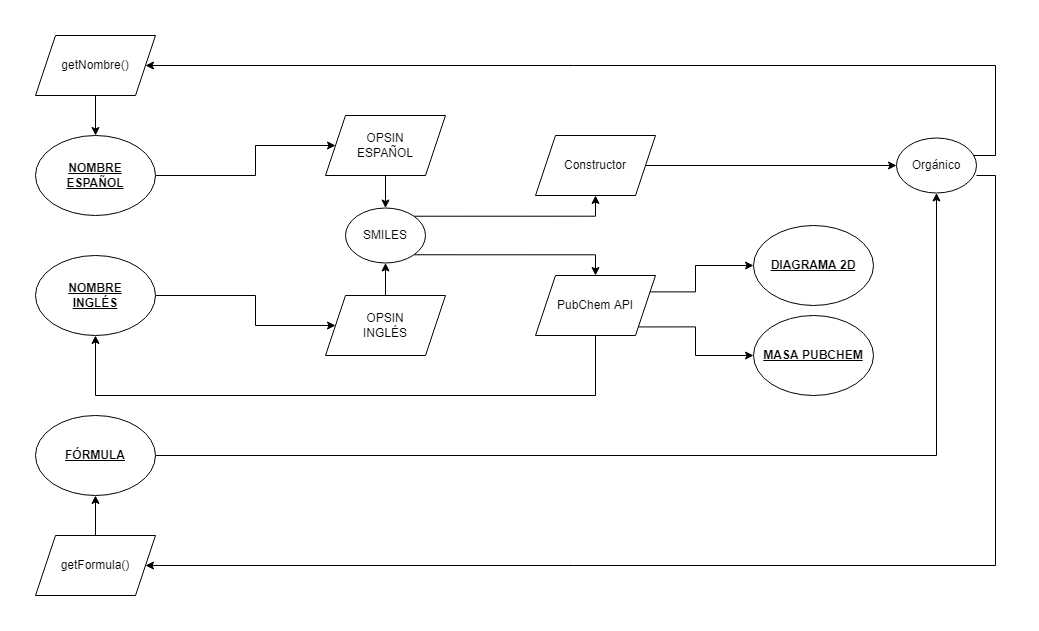
This is doc/organica.png from quimifyapp/organic, a draw.io export, as it was before one commit. Source tidied: cells renumbered, new cells last; positions are measured from the earlier drawing's top-left corner, leaving out a move shared by most shapes.
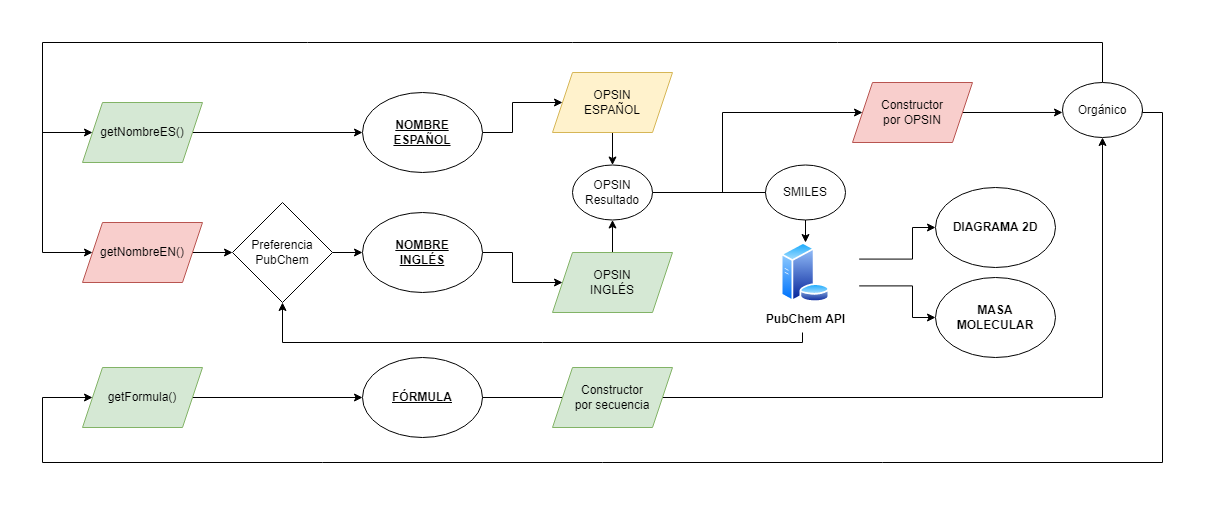
After the commit.

Commit message:
Nombres en inglés con PubChem: mucha fiabilidad, pero funciona con el 50% aprox. de los compuestos

What changed in the source:
```diff
@@ -5,126 +5,166 @@
     <mxCell id="2" style="edgeStyle=orthogonalEdgeStyle;rounded=0;jettySize=auto;html=1;exitX=1;exitY=0.5;exitDx=0;exitDy=0;entryX=0;entryY=0.5;entryDx=0;entryDy=0;" parent="1" edge="1" source="3" target="9">
       <mxGeometry relative="1" as="geometry">
         <Array as="points">
-          <mxPoint x="220" y="140" />
-          <mxPoint x="220" y="110" />
+          <mxPoint x="250" y="-40" />
+          <mxPoint x="250" y="-70" />
         </Array>
       </mxGeometry>
     </mxCell>
     <mxCell id="3" value="NOMBRE&lt;br&gt;ESPAÑOL" style="ellipse;whiteSpace=wrap;html=1;fontStyle=5;" parent="1" vertex="1">
-      <mxGeometry y="100" width="120" height="80" as="geometry" />
+      <mxGeometry x="100" y="-80" width="120" height="80" as="geometry" />
     </mxCell>
     <mxCell id="4" style="edgeStyle=orthogonalEdgeStyle;rounded=0;jettySize=auto;html=1;exitX=1;exitY=0.5;exitDx=0;exitDy=0;entryX=0;entryY=0.5;entryDx=0;entryDy=0;" parent="1" edge="1" source="5" target="29">
       <mxGeometry relative="1" as="geometry">
         <Array as="points">
-          <mxPoint x="220" y="260" />
-          <mxPoint x="220" y="290" />
+          <mxPoint x="250" y="80" />
+          <mxPoint x="250" y="110" />
         </Array>
       </mxGeometry>
     </mxCell>
     <mxCell id="5" value="NOMBRE&lt;br&gt;INGLÉS" style="ellipse;whiteSpace=wrap;html=1;fontStyle=5;" parent="1" vertex="1">
-      <mxGeometry y="220" width="120" height="80" as="geometry" />
+      <mxGeometry x="100" y="40" width="120" height="80" as="geometry" />
     </mxCell>
-    <mxCell id="6" style="edgeStyle=orthogonalEdgeStyle;rounded=0;jettySize=auto;html=1;exitX=1;exitY=0.5;exitDx=0;exitDy=0;entryX=0.5;entryY=1;entryDx=0;entryDy=0;" parent="1" edge="1" source="7" target="21">
-      <mxGeometry relative="1" as="geometry" />
+    <mxCell id="6" style="edgeStyle=orthogonalEdgeStyle;rounded=0;jettySize=auto;html=1;exitX=1;exitY=0.5;exitDx=0;exitDy=0;entryX=0.5;entryY=1;entryDx=0;entryDy=0;startArrow=none;" parent="1" edge="1" target="21">
+      <mxGeometry relative="1" as="geometry">
+        <mxPoint x="370" y="225" as="sourcePoint" />
+      </mxGeometry>
     </mxCell>
     <mxCell id="7" value="FÓRMULA" style="ellipse;whiteSpace=wrap;html=1;fontStyle=5;" parent="1" vertex="1">
-      <mxGeometry y="380" width="120" height="80" as="geometry" />
+      <mxGeometry x="100" y="185" width="120" height="80" as="geometry" />
     </mxCell>
     <mxCell id="8" style="edgeStyle=orthogonalEdgeStyle;rounded=0;jettySize=auto;html=1;exitX=0.5;exitY=1;exitDx=0;exitDy=0;" parent="1" edge="1" source="9" target="16">
       <mxGeometry relative="1" as="geometry" />
     </mxCell>
-    <mxCell id="9" value="OPSIN&lt;br&gt;ESPAÑOL" style="shape=parallelogram;perimeter=parallelogramPerimeter;whiteSpace=wrap;html=1;fixedSize=1;" parent="1" vertex="1">
-      <mxGeometry x="290" y="80" width="120" height="60" as="geometry" />
+    <mxCell id="9" value="OPSIN&lt;br&gt;ESPAÑOL" style="shape=parallelogram;perimeter=parallelogramPerimeter;whiteSpace=wrap;html=1;fixedSize=1;fillColor=#fff2cc;strokeColor=#d6b656;" parent="1" vertex="1">
+      <mxGeometry x="290" y="-100" width="120" height="60" as="geometry" />
     </mxCell>
-    <mxCell id="10" style="edgeStyle=orthogonalEdgeStyle;rounded=0;jettySize=auto;html=1;exitX=1;exitY=1;exitDx=0;exitDy=0;entryX=0;entryY=0.5;entryDx=0;entryDy=0;" parent="1" edge="1" source="13" target="27">
-      <mxGeometry relative="1" as="geometry">
-        <Array as="points">
-          <mxPoint x="660" y="291" />
-          <mxPoint x="660" y="320" />
-        </Array>
-      </mxGeometry>
-    </mxCell>
-    <mxCell id="11" style="edgeStyle=orthogonalEdgeStyle;rounded=0;jettySize=auto;html=1;exitX=1;exitY=0.25;exitDx=0;exitDy=0;entryX=0;entryY=0.5;entryDx=0;entryDy=0;" parent="1" edge="1" source="13" target="26">
+    <mxCell id="11" style="edgeStyle=orthogonalEdgeStyle;rounded=0;jettySize=auto;html=1;entryX=0;entryY=0.5;entryDx=0;entryDy=0;exitX=1;exitY=0.25;exitDx=0;exitDy=0;" parent="1" edge="1" source="13" target="26">
       <mxGeometry relative="1" as="geometry">
         <Array as="points">
-          <mxPoint x="660" y="256" />
-          <mxPoint x="660" y="230" />
+          <mxPoint x="650" y="87" />
+          <mxPoint x="650" y="55" />
         </Array>
       </mxGeometry>
     </mxCell>
-    <mxCell id="12" style="edgeStyle=orthogonalEdgeStyle;rounded=0;jettySize=auto;html=1;exitX=0.5;exitY=1;exitDx=0;exitDy=0;entryX=0.5;entryY=1;entryDx=0;entryDy=0;" parent="1" edge="1" source="13" target="5">
+    <mxCell id="12" style="edgeStyle=orthogonalEdgeStyle;rounded=0;jettySize=auto;html=1;entryX=0.5;entryY=1;entryDx=0;entryDy=0;" parent="1" edge="1" target="36">
       <mxGeometry relative="1" as="geometry">
+        <mxPoint x="540" y="160" as="sourcePoint" />
         <Array as="points">
-          <mxPoint x="560" y="360" />
-          <mxPoint x="60" y="360" />
+          <mxPoint x="540" y="170" />
+          <mxPoint x="20" y="170" />
         </Array>
       </mxGeometry>
     </mxCell>
+    <mxCell id="10" style="edgeStyle=orthogonalEdgeStyle;rounded=0;jettySize=auto;html=1;exitX=1;exitY=0.75;exitDx=0;exitDy=0;entryX=0;entryY=0.5;entryDx=0;entryDy=0;" parent="1" edge="1" source="13" target="27">
+      <mxGeometry relative="1" as="geometry">
+        <Array as="points">
+          <mxPoint x="650" y="113" />
+          <mxPoint x="650" y="145" />
+        </Array>
+      </mxGeometry>
+    </mxCell>
-    <mxCell id="13" value="PubChem API" style="shape=parallelogram;perimeter=parallelogramPerimeter;whiteSpace=wrap;html=1;fixedSize=1;" parent="1" vertex="1">
-      <mxGeometry x="500" y="240" width="120" height="60" as="geometry" />
+    <mxCell id="13" value="&lt;b&gt;PubChem API&lt;/b&gt;" style="perimeter=ellipsePerimeter;align=center;shadow=0;dashed=0;spacingTop=3;image;image=img/lib/active_directory/database_server.svg;fontFamily=Helvetica;fontSize=12;fontColor=default;strokeColor=default;fillColor=default;html=1;" parent="1" vertex="1">
+      <mxGeometry x="483" y="70" width="120" height="60" as="geometry" />
     </mxCell>
-    <mxCell id="14" style="edgeStyle=orthogonalEdgeStyle;rounded=0;jettySize=auto;html=1;exitX=1;exitY=0;exitDx=0;exitDy=0;entryX=0.5;entryY=1;entryDx=0;entryDy=0;" parent="1" edge="1" source="16">
-      <mxGeometry relative="1" as="geometry">
-        <mxPoint x="560" y="160" as="targetPoint" />
-      </mxGeometry>
-    </mxCell>
-    <mxCell id="15" style="edgeStyle=orthogonalEdgeStyle;rounded=0;jettySize=auto;html=1;exitX=1;exitY=1;exitDx=0;exitDy=0;entryX=0.5;entryY=0;entryDx=0;entryDy=0;" parent="1" edge="1" source="16">
-      <mxGeometry relative="1" as="geometry">
-        <mxPoint x="560" y="240" as="targetPoint" />
-      </mxGeometry>
-    </mxCell>
+    <mxCell id="30" style="edgeStyle=orthogonalEdgeStyle;rounded=0;jettySize=auto;html=1;exitX=1;exitY=0.5;exitDx=0;exitDy=0;entryX=0;entryY=0.5;entryDx=0;entryDy=0;" parent="1" edge="1" source="16" target="18">
+      <mxGeometry relative="1" as="geometry">
+        <Array as="points">
+          <mxPoint x="460" y="20" />
+          <mxPoint x="460" y="-60" />
+        </Array>
+      </mxGeometry>
+    </mxCell>
+    <mxCell id="31" style="edgeStyle=orthogonalEdgeStyle;rounded=0;jettySize=auto;html=1;exitX=1;exitY=0.5;exitDx=0;exitDy=0;entryX=0;entryY=0.5;entryDx=0;entryDy=0;" parent="1" edge="1" source="16" target="40">
+      <mxGeometry relative="1" as="geometry">
+        <Array as="points">
+          <mxPoint x="520" y="20" />
+        </Array>
+      </mxGeometry>
+    </mxCell>
-    <mxCell id="16" value="SMILES" style="ellipse;whiteSpace=wrap;html=1;" parent="1" vertex="1">
-      <mxGeometry x="310" y="172.5" width="80" height="55" as="geometry" />
+    <mxCell id="16" value="OPSIN&lt;br&gt;Resultado" style="ellipse;whiteSpace=wrap;html=1;" parent="1" vertex="1">
+      <mxGeometry x="310" y="-7.5" width="80" height="55" as="geometry" />
     </mxCell>
-    <mxCell id="17" style="edgeStyle=orthogonalEdgeStyle;rounded=0;jettySize=auto;html=1;exitX=1;exitY=0.5;exitDx=0;exitDy=0;entryX=0;entryY=0.5;entryDx=0;entryDy=0;" parent="1" edge="1" source="18" target="21">
+    <mxCell id="17" style="edgeStyle=orthogonalEdgeStyle;rounded=0;jettySize=auto;html=1;exitX=1;exitY=0.5;exitDx=0;exitDy=0;entryX=0;entryY=0.545;entryDx=0;entryDy=0;entryPerimeter=0;" parent="1" edge="1" source="18" target="21">
       <mxGeometry relative="1" as="geometry" />
     </mxCell>
-    <mxCell id="18" value="Constructor" style="shape=parallelogram;perimeter=parallelogramPerimeter;whiteSpace=wrap;html=1;fixedSize=1;" parent="1" vertex="1">
-      <mxGeometry x="500" y="100" width="120" height="60" as="geometry" />
+    <mxCell id="18" value="Constructor&lt;br&gt;por OPSIN" style="shape=parallelogram;perimeter=parallelogramPerimeter;whiteSpace=wrap;html=1;fixedSize=1;fillColor=#f8cecc;strokeColor=#b85450;" parent="1" vertex="1">
+      <mxGeometry x="590" y="-90" width="120" height="60" as="geometry" />
     </mxCell>
-    <mxCell id="19" style="edgeStyle=orthogonalEdgeStyle;rounded=0;jettySize=auto;html=1;exitX=1;exitY=0;exitDx=0;exitDy=0;entryX=1;entryY=0.5;entryDx=0;entryDy=0;" parent="1" edge="1" source="21" target="25">
-      <mxGeometry relative="1" as="geometry">
-        <Array as="points">
-          <mxPoint x="930" y="120" />
-          <mxPoint x="960" y="120" />
-          <mxPoint x="960" y="30" />
-        </Array>
-      </mxGeometry>
-    </mxCell>
-    <mxCell id="20" style="edgeStyle=orthogonalEdgeStyle;rounded=0;jettySize=auto;html=1;exitX=1;exitY=0.682;exitDx=0;exitDy=0;entryX=1;entryY=0.5;entryDx=0;entryDy=0;exitPerimeter=0;" parent="1" edge="1" source="21" target="23">
+    <mxCell id="20" style="edgeStyle=orthogonalEdgeStyle;rounded=0;jettySize=auto;html=1;entryX=0;entryY=0.5;entryDx=0;entryDy=0;exitX=1;exitY=0.5;exitDx=0;exitDy=0;" parent="1" edge="1" source="21" target="23">
       <mxGeometry relative="1" as="geometry">
         <Array as="points">
-          <mxPoint x="960" y="140" />
-          <mxPoint x="960" y="530" />
+          <mxPoint x="880" y="-60" />
+          <mxPoint x="900" y="-60" />
+          <mxPoint x="900" y="290" />
+          <mxPoint x="-220" y="290" />
+          <mxPoint x="-220" y="225" />
         </Array>
       </mxGeometry>
     </mxCell>
+    <mxCell id="32" style="edgeStyle=orthogonalEdgeStyle;rounded=0;jettySize=auto;html=1;exitX=0.5;exitY=0;exitDx=0;exitDy=0;entryX=0;entryY=0.5;entryDx=0;entryDy=0;" parent="1" edge="1" source="21" target="34">
+      <mxGeometry relative="1" as="geometry">
+        <Array as="points">
+          <mxPoint x="840" y="-130" />
+          <mxPoint x="-220" y="-130" />
+          <mxPoint x="-220" y="80" />
+        </Array>
+      </mxGeometry>
+    </mxCell>
     <mxCell id="21" value="Orgánico" style="ellipse;whiteSpace=wrap;html=1;" parent="1" vertex="1">
-      <mxGeometry x="861" y="102.5" width="80" height="55" as="geometry" />
+      <mxGeometry x="800" y="-90" width="80" height="55" as="geometry" />
     </mxCell>
-    <mxCell id="22" style="edgeStyle=orthogonalEdgeStyle;rounded=0;jettySize=auto;html=1;exitX=0.5;exitY=0;exitDx=0;exitDy=0;entryX=0.5;entryY=1;entryDx=0;entryDy=0;" parent="1" edge="1" source="23" target="7">
+    <mxCell id="22" style="edgeStyle=orthogonalEdgeStyle;rounded=0;jettySize=auto;html=1;exitX=1;exitY=0.5;exitDx=0;exitDy=0;entryX=0;entryY=0.5;entryDx=0;entryDy=0;" parent="1" edge="1" source="23" target="7">
       <mxGeometry relative="1" as="geometry" />
     </mxCell>
-    <mxCell id="23" value="getFormula()" style="shape=parallelogram;perimeter=parallelogramPerimeter;whiteSpace=wrap;html=1;fixedSize=1;" parent="1" vertex="1">
-      <mxGeometry y="500" width="120" height="60" as="geometry" />
+    <mxCell id="23" value="getFormula()" style="shape=parallelogram;perimeter=parallelogramPerimeter;whiteSpace=wrap;html=1;fixedSize=1;fillColor=#d5e8d4;strokeColor=#82b366;" parent="1" vertex="1">
+      <mxGeometry x="-180" y="195" width="120" height="60" as="geometry" />
     </mxCell>
-    <mxCell id="24" style="edgeStyle=orthogonalEdgeStyle;rounded=0;jettySize=auto;html=1;exitX=0.5;exitY=1;exitDx=0;exitDy=0;entryX=0.5;entryY=0;entryDx=0;entryDy=0;" parent="1" edge="1" source="25" target="3">
+    <mxCell id="24" style="edgeStyle=orthogonalEdgeStyle;rounded=0;jettySize=auto;html=1;exitX=1;exitY=0.5;exitDx=0;exitDy=0;entryX=0;entryY=0.5;entryDx=0;entryDy=0;" parent="1" edge="1" source="25" target="3">
       <mxGeometry relative="1" as="geometry" />
     </mxCell>
-    <mxCell id="25" value="getNombre()" style="shape=parallelogram;perimeter=parallelogramPerimeter;whiteSpace=wrap;html=1;fixedSize=1;" parent="1" vertex="1">
-      <mxGeometry width="120" height="60" as="geometry" />
+    <mxCell id="25" value="getNombreES()" style="shape=parallelogram;perimeter=parallelogramPerimeter;whiteSpace=wrap;html=1;fixedSize=1;fillColor=#d5e8d4;strokeColor=#82b366;" parent="1" vertex="1">
+      <mxGeometry x="-180" y="-70" width="120" height="60" as="geometry" />
     </mxCell>
-    <mxCell id="26" value="DIAGRAMA 2D" style="ellipse;whiteSpace=wrap;html=1;fontStyle=5;" parent="1" vertex="1">
-      <mxGeometry x="718" y="190" width="120" height="80" as="geometry" />
+    <mxCell id="26" value="DIAGRAMA 2D" style="ellipse;whiteSpace=wrap;html=1;fontStyle=1;" parent="1" vertex="1">
+      <mxGeometry x="673" y="15" width="120" height="80" as="geometry" />
     </mxCell>
-    <mxCell id="27" value="MASA PUBCHEM" style="ellipse;whiteSpace=wrap;html=1;fontStyle=5;" parent="1" vertex="1">
-      <mxGeometry x="718" y="280" width="120" height="80" as="geometry" />
+    <mxCell id="27" value="MASA&lt;br&gt;MOLECULAR" style="ellipse;whiteSpace=wrap;html=1;fontStyle=1;" parent="1" vertex="1">
+      <mxGeometry x="673" y="105" width="120" height="80" as="geometry" />
     </mxCell>
+    <mxCell id="33" style="edgeStyle=orthogonalEdgeStyle;rounded=0;jettySize=auto;html=1;exitX=1;exitY=0.5;exitDx=0;exitDy=0;entryX=0;entryY=0.5;entryDx=0;entryDy=0;" parent="1" edge="1" source="34" target="36">
+      <mxGeometry relative="1" as="geometry" />
+    </mxCell>
+    <mxCell id="34" value="getNombreEN()" style="shape=parallelogram;perimeter=parallelogramPerimeter;whiteSpace=wrap;html=1;fixedSize=1;fillColor=#f8cecc;strokeColor=#b85450;" parent="1" vertex="1">
+      <mxGeometry x="-180" y="50" width="120" height="60" as="geometry" />
+    </mxCell>
+    <mxCell id="35" style="edgeStyle=orthogonalEdgeStyle;rounded=0;jettySize=auto;html=1;exitX=1;exitY=0.5;exitDx=0;exitDy=0;entryX=0;entryY=0.5;entryDx=0;entryDy=0;" parent="1" edge="1" source="36" target="5">
+      <mxGeometry relative="1" as="geometry" />
+    </mxCell>
+    <mxCell id="36" value="Preferencia&lt;br&gt;PubChem" style="rhombus;whiteSpace=wrap;html=1;" parent="1" vertex="1">
+      <mxGeometry x="-30" y="30" width="100" height="100" as="geometry" />
+    </mxCell>
+    <mxCell id="37" style="endArrow=classic;html=1;rounded=0;entryX=0;entryY=0.5;entryDx=0;entryDy=0;" parent="1" edge="1" target="25">
+      <mxGeometry relative="1" as="geometry">
+        <mxPoint x="-220" y="-40" as="sourcePoint" />
+      </mxGeometry>
+    </mxCell>
+    <mxCell id="38" style="edgeStyle=orthogonalEdgeStyle;rounded=0;jettySize=auto;html=1;exitX=1;exitY=0.5;exitDx=0;exitDy=0;entryX=0;entryY=0.5;entryDx=0;entryDy=0;endArrow=none;" parent="1" edge="1" source="7" target="41">
+      <mxGeometry relative="1" as="geometry" />
+    </mxCell>
+    <mxCell id="39" style="edgeStyle=orthogonalEdgeStyle;rounded=0;jettySize=auto;html=1;exitX=0.5;exitY=1;exitDx=0;exitDy=0;entryX=0.5;entryY=0;entryDx=0;entryDy=0;" parent="1" edge="1" source="40" target="13">
+      <mxGeometry relative="1" as="geometry" />
+    </mxCell>
+    <mxCell id="40" value="SMILES" style="ellipse;whiteSpace=wrap;html=1;" parent="1" vertex="1">
+      <mxGeometry x="503" y="-7.5" width="80" height="55" as="geometry" />
+    </mxCell>
+    <mxCell id="41" value="Constructor&lt;br&gt;por secuencia" style="shape=parallelogram;perimeter=parallelogramPerimeter;whiteSpace=wrap;html=1;fixedSize=1;fillColor=#d5e8d4;strokeColor=#82b366;" parent="1" vertex="1">
+      <mxGeometry x="290" y="195" width="120" height="60" as="geometry" />
+    </mxCell>
     <mxCell id="28" style="edgeStyle=orthogonalEdgeStyle;rounded=0;jettySize=auto;html=1;exitX=0.5;exitY=0;exitDx=0;exitDy=0;entryX=0.5;entryY=1;entryDx=0;entryDy=0;" parent="1" edge="1" source="29" target="16">
       <mxGeometry relative="1" as="geometry" />
     </mxCell>
-    <mxCell id="29" value="OPSIN&lt;br&gt;INGLÉS" style="shape=parallelogram;perimeter=parallelogramPerimeter;whiteSpace=wrap;html=1;fixedSize=1;" parent="1" vertex="1">
-      <mxGeometry x="290" y="260" width="120" height="60" as="geometry" />
+    <mxCell id="29" value="OPSIN&lt;br&gt;INGLÉS" style="shape=parallelogram;perimeter=parallelogramPerimeter;whiteSpace=wrap;html=1;fixedSize=1;fillColor=#d5e8d4;strokeColor=#82b366;" parent="1" vertex="1">
+      <mxGeometry x="290" y="80" width="120" height="60" as="geometry" />
     </mxCell>
   </root>
 </mxGraphModel>
```
